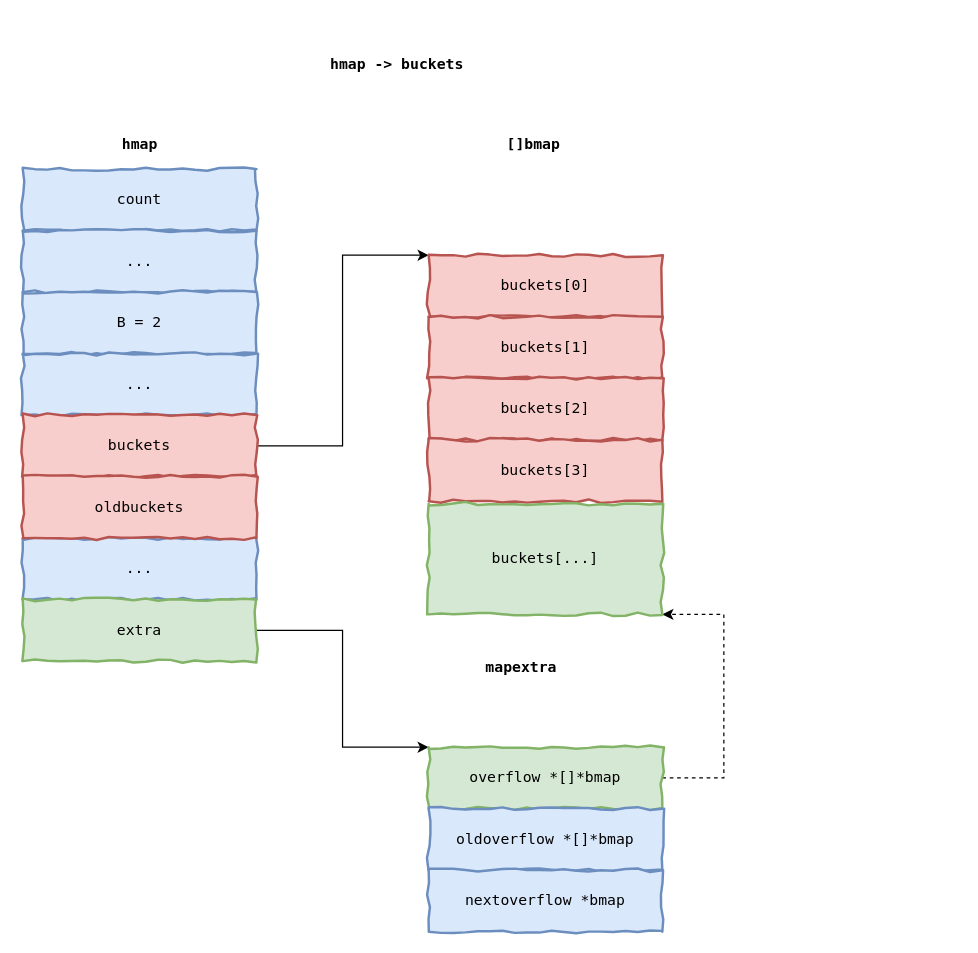
Earlier version of the draw.io diagram BlogImages/GO/base/hmap-bmap.drawio (JoyChenNo1/JoyChenNo1.github.io). Source tidied: cells renumbered, new cells numbered last; positions are measured from the earlier drawing's top-left corner, leaving out a move shared by most shapes. Both pictures are drawn from the tidied source at 123%, with x=0, y=0 at pixel (22, 46).
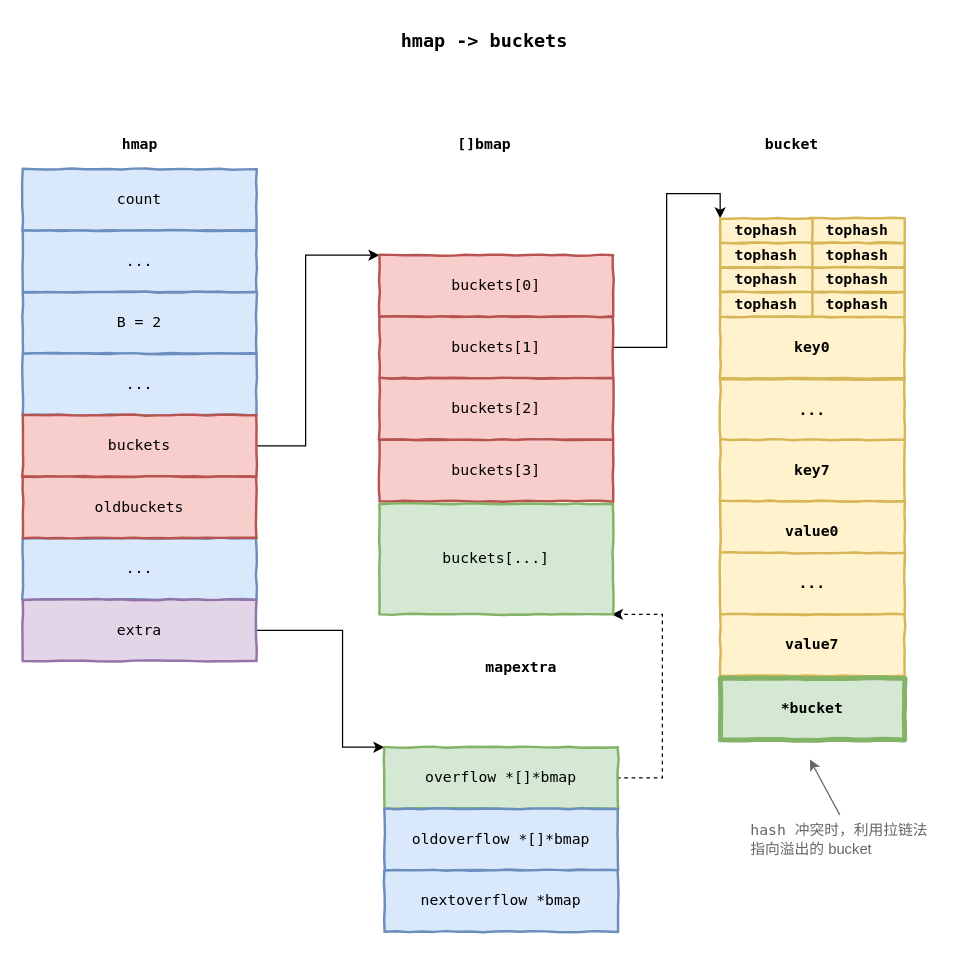
The same page after the edit.

What changed in the source:
```diff
@@
-    <mxCell id="2" value="&lt;font face=&quot;monaco&quot;&gt;count&lt;/font&gt;" style="rounded=0;whiteSpace=wrap;html=1;strokeWidth=2;fillColor=#dae8fc;strokeColor=#6c8ebf;comic=1;jiggle=3;" parent="1" vertex="1">
+    <mxCell id="2" value="&lt;font face=&quot;monaco&quot;&gt;count&lt;/font&gt;" style="rounded=0;whiteSpace=wrap;html=1;strokeWidth=2;fillColor=#dae8fc;strokeColor=#6c8ebf;comic=1;jiggle=1;" parent="1" vertex="1">
       <mxGeometry y="100" width="190" height="50" as="geometry" />
     </mxCell>
@@
-    <mxCell id="4" value="&lt;font face=&quot;monaco&quot;&gt;...&lt;/font&gt;" style="rounded=0;whiteSpace=wrap;html=1;strokeWidth=2;fillColor=#dae8fc;strokeColor=#6c8ebf;comic=1;jiggle=3;" parent="1" vertex="1">
+    <mxCell id="4" value="&lt;font face=&quot;monaco&quot;&gt;...&lt;/font&gt;" style="rounded=0;whiteSpace=wrap;html=1;strokeWidth=2;fillColor=#dae8fc;strokeColor=#6c8ebf;comic=1;jiggle=1;" parent="1" vertex="1">
       <mxGeometry y="150" width="190" height="50" as="geometry" />
     </mxCell>
-    <mxCell id="5" value="&lt;font face=&quot;Monaco&quot;&gt;&lt;b&gt;hmap -&amp;gt; buckets&lt;/b&gt;&lt;/font&gt;" style="text;html=1;align=center;verticalAlign=middle;strokeColor=none;fillColor=none;fontSize=12;fontFamily=Helvetica;fontColor=default;" parent="1" vertex="1">
-      <mxGeometry x="239" width="130" height="30" as="geometry" />
+    <mxCell id="5" value="&lt;font size=&quot;1&quot; face=&quot;Monaco&quot;&gt;&lt;b style=&quot;font-size: 15px;&quot;&gt;hmap -&amp;gt; buckets&lt;/b&gt;&lt;/font&gt;" style="text;html=1;align=center;verticalAlign=middle;strokeColor=none;fillColor=none;fontSize=12;fontFamily=Helvetica;fontColor=default;" parent="1" vertex="1">
+      <mxGeometry x="295" y="-20" width="160" height="30" as="geometry" />
     </mxCell>
-    <mxCell id="6" value="&lt;font face=&quot;monaco&quot;&gt;B = 2&lt;/font&gt;" style="rounded=0;whiteSpace=wrap;html=1;strokeWidth=2;fillColor=#dae8fc;strokeColor=#6c8ebf;comic=1;jiggle=3;" parent="1" vertex="1">
+    <mxCell id="6" value="&lt;font face=&quot;monaco&quot;&gt;B = 2&lt;/font&gt;" style="rounded=0;whiteSpace=wrap;html=1;strokeWidth=2;fillColor=#dae8fc;strokeColor=#6c8ebf;comic=1;jiggle=1;" parent="1" vertex="1">
       <mxGeometry y="200" width="190" height="50" as="geometry" />
     </mxCell>
-    <mxCell id="7" value="&lt;font face=&quot;monaco&quot;&gt;...&lt;/font&gt;" style="rounded=0;whiteSpace=wrap;html=1;strokeWidth=2;fillColor=#dae8fc;strokeColor=#6c8ebf;comic=1;jiggle=3;" parent="1" vertex="1">
+    <mxCell id="7" value="&lt;font face=&quot;monaco&quot;&gt;...&lt;/font&gt;" style="rounded=0;whiteSpace=wrap;html=1;strokeWidth=2;fillColor=#dae8fc;strokeColor=#6c8ebf;comic=1;jiggle=1;" parent="1" vertex="1">
       <mxGeometry y="250" width="190" height="50" as="geometry" />
     </mxCell>
     <mxCell id="8" style="edgeStyle=orthogonalEdgeStyle;rounded=0;jettySize=auto;html=1;entryX=0;entryY=0;entryDx=0;entryDy=0;" parent="1" edge="1" source="9" target="11">
       <mxGeometry relative="1" as="geometry">
         <Array as="points">
-          <mxPoint x="260" y="325" />
-          <mxPoint x="260" y="170" />
+          <mxPoint x="230" y="325" />
+          <mxPoint x="230" y="170" />
         </Array>
       </mxGeometry>
     </mxCell>
-    <mxCell id="9" value="&lt;font face=&quot;monaco&quot;&gt;buckets&lt;/font&gt;" style="rounded=0;whiteSpace=wrap;html=1;strokeWidth=2;fillColor=#f8cecc;strokeColor=#b85450;comic=1;jiggle=3;" parent="1" vertex="1">
+    <mxCell id="9" value="&lt;font face=&quot;monaco&quot;&gt;buckets&lt;/font&gt;" style="rounded=0;whiteSpace=wrap;html=1;strokeWidth=2;fillColor=#f8cecc;strokeColor=#b85450;comic=1;jiggle=1;" parent="1" vertex="1">
       <mxGeometry y="300" width="190" height="50" as="geometry" />
     </mxCell>
-    <mxCell id="10" value="&lt;font face=&quot;monaco&quot;&gt;...&lt;/font&gt;" style="rounded=0;whiteSpace=wrap;html=1;strokeWidth=2;fillColor=#dae8fc;strokeColor=#6c8ebf;comic=1;jiggle=3;" parent="1" vertex="1">
+    <mxCell id="10" value="&lt;font face=&quot;monaco&quot;&gt;...&lt;/font&gt;" style="rounded=0;whiteSpace=wrap;html=1;strokeWidth=2;fillColor=#dae8fc;strokeColor=#6c8ebf;comic=1;jiggle=1;" parent="1" vertex="1">
       <mxGeometry y="400" width="190" height="50" as="geometry" />
     </mxCell>
-    <mxCell id="11" value="&lt;font face=&quot;monaco&quot;&gt;buckets[0]&lt;/font&gt;" style="rounded=0;whiteSpace=wrap;html=1;strokeWidth=2;fillColor=#f8cecc;strokeColor=#b85450;comic=1;jiggle=3;" parent="1" vertex="1">
-      <mxGeometry x="330" y="170" width="190" height="50" as="geometry" />
+    <mxCell id="11" value="&lt;font face=&quot;monaco&quot;&gt;buckets[0]&lt;/font&gt;" style="rounded=0;whiteSpace=wrap;html=1;strokeWidth=2;fillColor=#f8cecc;strokeColor=#b85450;comic=1;jiggle=1;" parent="1" vertex="1">
+      <mxGeometry x="290" y="170" width="190" height="50" as="geometry" />
     </mxCell>
     <mxCell id="12" value="&lt;font face=&quot;Monaco&quot;&gt;&lt;b&gt;[]bmap&lt;/b&gt;&lt;/font&gt;" style="text;html=1;align=center;verticalAlign=middle;strokeColor=none;fillColor=none;fontSize=12;fontFamily=Helvetica;fontColor=default;" parent="1" vertex="1">
-      <mxGeometry x="380" y="65" width="70" height="30" as="geometry" />
+      <mxGeometry x="340" y="65" width="70" height="30" as="geometry" />
     </mxCell>
+    <mxCell id="25" style="edgeStyle=orthogonalEdgeStyle;rounded=0;jettySize=auto;html=1;entryX=0;entryY=0;entryDx=0;entryDy=0;" parent="1" edge="1" source="13" target="37">
+      <mxGeometry relative="1" as="geometry" />
+    </mxCell>
-    <mxCell id="13" value="&lt;font face=&quot;monaco&quot;&gt;buckets[1]&lt;/font&gt;" style="rounded=0;whiteSpace=wrap;html=1;strokeWidth=2;fillColor=#f8cecc;strokeColor=#b85450;comic=1;jiggle=3;" parent="1" vertex="1">
-      <mxGeometry x="330" y="220" width="190" height="50" as="geometry" />
+    <mxCell id="13" value="&lt;font face=&quot;monaco&quot;&gt;buckets[1]&lt;/font&gt;" style="rounded=0;whiteSpace=wrap;html=1;strokeWidth=2;fillColor=#f8cecc;strokeColor=#b85450;comic=1;jiggle=1;" parent="1" vertex="1">
+      <mxGeometry x="290" y="220" width="190" height="50" as="geometry" />
     </mxCell>
-    <mxCell id="14" value="&lt;font face=&quot;monaco&quot;&gt;buckets[2]&lt;/font&gt;" style="rounded=0;whiteSpace=wrap;html=1;strokeWidth=2;fillColor=#f8cecc;strokeColor=#b85450;comic=1;jiggle=3;" parent="1" vertex="1">
-      <mxGeometry x="330" y="270" width="190" height="50" as="geometry" />
+    <mxCell id="14" value="&lt;font face=&quot;monaco&quot;&gt;buckets[2]&lt;/font&gt;" style="rounded=0;whiteSpace=wrap;html=1;strokeWidth=2;fillColor=#f8cecc;strokeColor=#b85450;comic=1;jiggle=1;" parent="1" vertex="1">
+      <mxGeometry x="290" y="270" width="190" height="50" as="geometry" />
     </mxCell>
-    <mxCell id="15" value="&lt;font face=&quot;monaco&quot;&gt;buckets[3]&lt;/font&gt;" style="rounded=0;whiteSpace=wrap;html=1;strokeWidth=2;fillColor=#f8cecc;strokeColor=#b85450;comic=1;jiggle=3;" parent="1" vertex="1">
-      <mxGeometry x="330" y="320" width="190" height="50" as="geometry" />
+    <mxCell id="15" value="&lt;font face=&quot;monaco&quot;&gt;buckets[3]&lt;/font&gt;" style="rounded=0;whiteSpace=wrap;html=1;strokeWidth=2;fillColor=#f8cecc;strokeColor=#b85450;comic=1;jiggle=1;" parent="1" vertex="1">
+      <mxGeometry x="290" y="320" width="190" height="50" as="geometry" />
     </mxCell>
-    <mxCell id="16" value="&lt;font face=&quot;monaco&quot;&gt;oldbuckets&lt;/font&gt;" style="rounded=0;whiteSpace=wrap;html=1;strokeWidth=2;fillColor=#f8cecc;strokeColor=#b85450;comic=1;jiggle=3;" parent="1" vertex="1">
+    <mxCell id="16" value="&lt;font face=&quot;monaco&quot;&gt;oldbuckets&lt;/font&gt;" style="rounded=0;whiteSpace=wrap;html=1;strokeWidth=2;fillColor=#f8cecc;strokeColor=#b85450;comic=1;jiggle=1;" parent="1" vertex="1">
       <mxGeometry y="350" width="190" height="50" as="geometry" />
     </mxCell>
@@
-    <mxCell id="18" value="&lt;font face=&quot;monaco&quot;&gt;extra&lt;/font&gt;" style="rounded=0;whiteSpace=wrap;html=1;strokeWidth=2;fillColor=#d5e8d4;strokeColor=#82b366;comic=1;jiggle=3;" parent="1" vertex="1">
+    <mxCell id="18" value="&lt;font face=&quot;monaco&quot;&gt;extra&lt;/font&gt;" style="rounded=0;whiteSpace=wrap;html=1;strokeWidth=2;fillColor=#e1d5e7;strokeColor=#9673a6;comic=1;jiggle=1;" parent="1" vertex="1">
       <mxGeometry y="450" width="190" height="50" as="geometry" />
     </mxCell>
-    <mxCell id="19" style="edgeStyle=orthogonalEdgeStyle;rounded=0;jettySize=auto;html=1;entryX=1;entryY=1;entryDx=0;entryDy=0;dashed=1;" parent="1" edge="1" source="20" target="24">
+    <mxCell id="19" style="edgeStyle=orthogonalEdgeStyle;rounded=0;orthogonalLoop=1;jettySize=auto;html=1;entryX=1;entryY=1;entryDx=0;entryDy=0;dashed=1;" parent="1" edge="1">
       <mxGeometry relative="1" as="geometry">
+        <mxPoint x="483" y="595" as="sourcePoint" />
+        <mxPoint x="479" y="462" as="targetPoint" />
         <Array as="points">
-          <mxPoint x="570" y="595" />
-          <mxPoint x="570" y="462" />
+          <mxPoint x="520" y="595" />
+          <mxPoint x="520" y="462" />
         </Array>
       </mxGeometry>
     </mxCell>
-    <mxCell id="20" value="&lt;font face=&quot;monaco&quot;&gt;overflow *[]*bmap&lt;/font&gt;" style="rounded=0;whiteSpace=wrap;html=1;strokeWidth=2;fillColor=#d5e8d4;strokeColor=#82b366;comic=1;jiggle=3;" parent="1" vertex="1">
-      <mxGeometry x="330" y="570" width="190" height="50" as="geometry" />
+    <mxCell id="20" value="&lt;font face=&quot;monaco&quot;&gt;overflow *[]*bmap&lt;/font&gt;" style="rounded=0;whiteSpace=wrap;html=1;strokeWidth=2;fillColor=#d5e8d4;strokeColor=#82b366;comic=1;jiggle=1;" parent="1" vertex="1">
+      <mxGeometry x="294" y="570" width="190" height="50" as="geometry" />
     </mxCell>
@@
-    <mxCell id="22" value="&lt;font face=&quot;monaco&quot;&gt;oldoverflow *[]*bmap&lt;/font&gt;" style="rounded=0;whiteSpace=wrap;html=1;strokeWidth=2;fillColor=#dae8fc;strokeColor=#6c8ebf;comic=1;jiggle=3;" parent="1" vertex="1">
-      <mxGeometry x="330" y="620" width="190" height="50" as="geometry" />
+    <mxCell id="22" value="&lt;font face=&quot;monaco&quot;&gt;oldoverflow *[]*bmap&lt;/font&gt;" style="rounded=0;whiteSpace=wrap;html=1;strokeWidth=2;fillColor=#dae8fc;strokeColor=#6c8ebf;comic=1;jiggle=1;" parent="1" vertex="1">
+      <mxGeometry x="294" y="620" width="190" height="50" as="geometry" />
     </mxCell>
-    <mxCell id="23" value="&lt;font face=&quot;monaco&quot;&gt;nextoverflow *bmap&lt;/font&gt;" style="rounded=0;whiteSpace=wrap;html=1;strokeWidth=2;fillColor=#dae8fc;strokeColor=#6c8ebf;comic=1;jiggle=3;" parent="1" vertex="1">
-      <mxGeometry x="330" y="670" width="190" height="50" as="geometry" />
+    <mxCell id="23" value="&lt;font face=&quot;monaco&quot;&gt;nextoverflow *bmap&lt;/font&gt;" style="rounded=0;whiteSpace=wrap;html=1;strokeWidth=2;fillColor=#dae8fc;strokeColor=#6c8ebf;comic=1;jiggle=1;" parent="1" vertex="1">
+      <mxGeometry x="294" y="670" width="190" height="50" as="geometry" />
     </mxCell>
-    <mxCell id="24" value="&lt;font face=&quot;monaco&quot;&gt;buckets[...]&lt;/font&gt;" style="rounded=0;whiteSpace=wrap;html=1;strokeWidth=2;fillColor=#d5e8d4;strokeColor=#82b366;comic=1;jiggle=3;" parent="1" vertex="1">
-      <mxGeometry x="330" y="372" width="190" height="90" as="geometry" />
+    <mxCell id="24" value="&lt;font face=&quot;monaco&quot;&gt;buckets[...]&lt;/font&gt;" style="rounded=0;whiteSpace=wrap;html=1;strokeWidth=2;fillColor=#d5e8d4;strokeColor=#82b366;comic=1;jiggle=1;" parent="1" vertex="1">
+      <mxGeometry x="290" y="372" width="190" height="90" as="geometry" />
     </mxCell>
+    <mxCell id="26" value="&lt;font face=&quot;monaco&quot;&gt;&lt;b&gt;key0&lt;/b&gt;&lt;/font&gt;" style="rounded=0;whiteSpace=wrap;html=1;strokeWidth=2;fillColor=#fff2cc;strokeColor=#d6b656;comic=1;jiggle=1;imageWidth=24;" parent="1" vertex="1">
+      <mxGeometry x="567" y="220" width="150" height="50" as="geometry" />
+    </mxCell>
+    <mxCell id="27" value="&lt;font face=&quot;monaco&quot;&gt;&lt;b&gt;...&lt;/b&gt;&lt;/font&gt;" style="rounded=0;whiteSpace=wrap;html=1;strokeWidth=2;fillColor=#fff2cc;strokeColor=#d6b656;comic=1;jiggle=1;imageWidth=24;" parent="1" vertex="1">
+      <mxGeometry x="567" y="271" width="150" height="50" as="geometry" />
+    </mxCell>
+    <mxCell id="28" value="&lt;font face=&quot;monaco&quot;&gt;&lt;b&gt;key7&lt;/b&gt;&lt;/font&gt;" style="rounded=0;whiteSpace=wrap;html=1;strokeWidth=2;fillColor=#fff2cc;strokeColor=#d6b656;comic=1;jiggle=1;imageWidth=24;" parent="1" vertex="1">
+      <mxGeometry x="567" y="320" width="150" height="50" as="geometry" />
+    </mxCell>
+    <mxCell id="29" value="&lt;font face=&quot;monaco&quot;&gt;&lt;b&gt;value0&lt;/b&gt;&lt;/font&gt;" style="rounded=0;whiteSpace=wrap;html=1;strokeWidth=2;fillColor=#fff2cc;strokeColor=#d6b656;comic=1;jiggle=1;imageWidth=24;" parent="1" vertex="1">
+      <mxGeometry x="567" y="370" width="150" height="50" as="geometry" />
+    </mxCell>
+    <mxCell id="30" value="&lt;font face=&quot;monaco&quot;&gt;&lt;b&gt;...&lt;/b&gt;&lt;/font&gt;" style="rounded=0;whiteSpace=wrap;html=1;strokeWidth=2;fillColor=#fff2cc;strokeColor=#d6b656;comic=1;jiggle=1;imageWidth=24;" parent="1" vertex="1">
+      <mxGeometry x="567" y="412" width="150" height="50" as="geometry" />
+    </mxCell>
+    <mxCell id="31" value="&lt;font face=&quot;monaco&quot;&gt;&lt;b&gt;value7&lt;/b&gt;&lt;/font&gt;" style="rounded=0;whiteSpace=wrap;html=1;strokeWidth=2;fillColor=#fff2cc;strokeColor=#d6b656;comic=1;jiggle=1;imageWidth=24;" parent="1" vertex="1">
+      <mxGeometry x="567" y="462" width="150" height="50" as="geometry" />
+    </mxCell>
+    <mxCell id="32" value="&lt;font face=&quot;monaco&quot;&gt;&lt;b&gt;*bucket&lt;/b&gt;&lt;/font&gt;" style="rounded=0;whiteSpace=wrap;html=1;strokeWidth=4;fillColor=#d5e8d4;strokeColor=#82b366;comic=1;jiggle=1;imageWidth=24;" parent="1" vertex="1">
+      <mxGeometry x="567" y="514" width="150" height="50" as="geometry" />
+    </mxCell>
+    <mxCell id="33" value="&lt;font face=&quot;monaco&quot;&gt;&lt;b&gt;tophash&lt;/b&gt;&lt;/font&gt;" style="rounded=0;whiteSpace=wrap;html=1;strokeWidth=2;fillColor=#fff2cc;strokeColor=#d6b656;comic=1;jiggle=1;imageWidth=24;" parent="1" vertex="1">
+      <mxGeometry x="640" y="140" width="77" height="20" as="geometry" />
+    </mxCell>
+    <mxCell id="34" value="&lt;font face=&quot;monaco&quot;&gt;&lt;b&gt;tophash&lt;/b&gt;&lt;/font&gt;" style="rounded=0;whiteSpace=wrap;html=1;strokeWidth=2;fillColor=#fff2cc;strokeColor=#d6b656;comic=1;jiggle=1;imageWidth=24;" parent="1" vertex="1">
+      <mxGeometry x="640" y="160" width="77" height="20" as="geometry" />
+    </mxCell>
+    <mxCell id="35" value="&lt;font face=&quot;monaco&quot;&gt;&lt;b&gt;tophash&lt;/b&gt;&lt;/font&gt;" style="rounded=0;whiteSpace=wrap;html=1;strokeWidth=2;fillColor=#fff2cc;strokeColor=#d6b656;comic=1;jiggle=1;imageWidth=24;" parent="1" vertex="1">
+      <mxGeometry x="640" y="180" width="77" height="20" as="geometry" />
+    </mxCell>
+    <mxCell id="36" value="&lt;font face=&quot;monaco&quot;&gt;&lt;b&gt;tophash&lt;/b&gt;&lt;/font&gt;" style="rounded=0;whiteSpace=wrap;html=1;strokeWidth=2;fillColor=#fff2cc;strokeColor=#d6b656;comic=1;jiggle=1;imageWidth=24;" parent="1" vertex="1">
+      <mxGeometry x="640" y="200" width="77" height="20" as="geometry" />
+    </mxCell>
+    <mxCell id="37" value="&lt;font face=&quot;monaco&quot;&gt;&lt;b&gt;tophash&lt;/b&gt;&lt;/font&gt;" style="rounded=0;whiteSpace=wrap;html=1;strokeWidth=2;fillColor=#fff2cc;strokeColor=#d6b656;comic=1;jiggle=1;imageWidth=24;" parent="1" vertex="1">
+      <mxGeometry x="567" y="140" width="75" height="20" as="geometry" />
+    </mxCell>
+    <mxCell id="38" value="&lt;font face=&quot;monaco&quot;&gt;&lt;b&gt;tophash&lt;/b&gt;&lt;/font&gt;" style="rounded=0;whiteSpace=wrap;html=1;strokeWidth=2;fillColor=#fff2cc;strokeColor=#d6b656;comic=1;jiggle=1;imageWidth=24;" parent="1" vertex="1">
+      <mxGeometry x="567" y="160" width="75" height="20" as="geometry" />
+    </mxCell>
+    <mxCell id="39" value="&lt;font face=&quot;monaco&quot;&gt;&lt;b&gt;tophash&lt;/b&gt;&lt;/font&gt;" style="rounded=0;whiteSpace=wrap;html=1;strokeWidth=2;fillColor=#fff2cc;strokeColor=#d6b656;comic=1;jiggle=1;imageWidth=24;" parent="1" vertex="1">
+      <mxGeometry x="567" y="180" width="75" height="20" as="geometry" />
+    </mxCell>
+    <mxCell id="40" value="&lt;font face=&quot;monaco&quot;&gt;&lt;b&gt;tophash&lt;/b&gt;&lt;/font&gt;" style="rounded=0;whiteSpace=wrap;html=1;strokeWidth=2;fillColor=#fff2cc;strokeColor=#d6b656;comic=1;jiggle=1;imageWidth=24;" parent="1" vertex="1">
+      <mxGeometry x="567" y="200" width="75" height="20" as="geometry" />
+    </mxCell>
+    <mxCell id="41" value="&lt;font face=&quot;Monaco&quot;&gt;&lt;b&gt;bucket&lt;/b&gt;&lt;/font&gt;" style="text;html=1;align=center;verticalAlign=middle;strokeColor=none;fillColor=none;fontSize=12;fontFamily=Helvetica;fontColor=default;" parent="1" vertex="1">
+      <mxGeometry x="590" y="65" width="70" height="30" as="geometry" />
+    </mxCell>
+    <mxCell id="42" style="rounded=0;jettySize=auto;html=1;strokeColor=#666666;" parent="1" edge="1" source="43">
+      <mxGeometry relative="1" as="geometry">
+        <mxPoint x="640" y="580" as="targetPoint" />
+      </mxGeometry>
+    </mxCell>
+    <mxCell id="43" value="&lt;font color=&quot;#666666&quot; face=&quot;monaco&quot;&gt;hash 冲突时，利用拉链法&lt;/font&gt;&lt;div&gt;&lt;font color=&quot;#666666&quot; face=&quot;Ocl7BHvVkUbs3wB0Rx43&quot;&gt;指向溢出的 bucket&lt;/font&gt;&lt;/div&gt;" style="text;html=1;align=left;verticalAlign=middle;points=[];strokeColor=none;fillColor=none;fontSize=12;fontFamily=Helvetica;fontColor=default;" parent="1" vertex="1">
+      <mxGeometry x="590" y="625" width="170" height="40" as="geometry" />
+    </mxCell>
```
